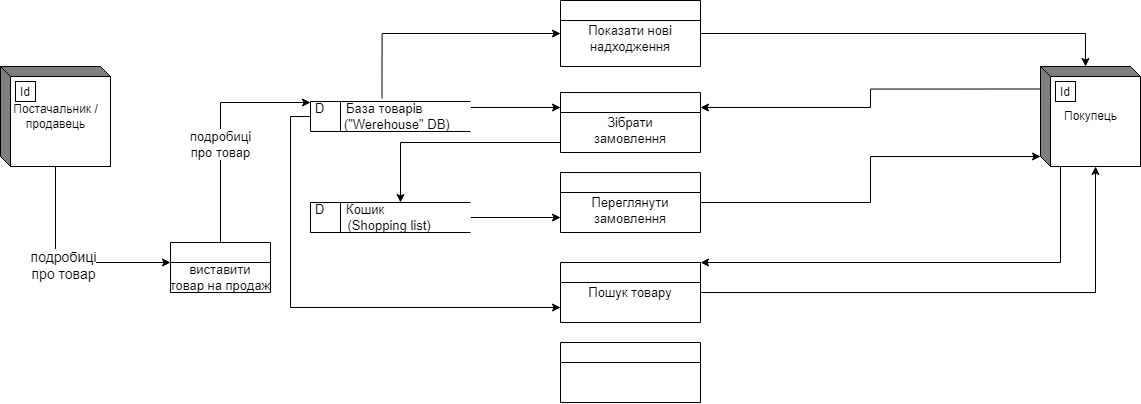
The draw.io diagram Untitled Diagram-Page-2.drawio.png in Shylo-Ivan-MIT/diagrams, before a commit. Source tidied: cells renumbered, new cells last; positions are measured from the earlier drawing's top-left corner, leaving out a move shared by most shapes. Source of this version:
```xml
<mxGraphModel>
  <root>
    <mxCell id="0" />
    <mxCell id="1" parent="0" />
    <mxCell id="2" style="edgeStyle=orthogonalEdgeStyle;rounded=0;jettySize=auto;html=1;entryX=0;entryY=0.5;entryDx=0;entryDy=0;fontSize=13;exitX=0.447;exitY=-0.1;exitDx=0;exitDy=0;exitPerimeter=0;" parent="1" edge="1" source="5" target="9">
      <mxGeometry relative="1" as="geometry">
        <Array as="points">
          <mxPoint x="382" y="33" />
        </Array>
      </mxGeometry>
    </mxCell>
    <mxCell id="3" style="edgeStyle=orthogonalEdgeStyle;rounded=0;jettySize=auto;html=1;fontSize=13;entryX=0;entryY=0.75;entryDx=0;entryDy=0;" parent="1" edge="1" source="5" target="23">
      <mxGeometry relative="1" as="geometry">
        <Array as="points">
          <mxPoint x="290" y="116" />
          <mxPoint x="290" y="307" />
        </Array>
      </mxGeometry>
    </mxCell>
    <mxCell id="4" style="edgeStyle=orthogonalEdgeStyle;rounded=0;jettySize=auto;html=1;entryX=0;entryY=0.25;entryDx=0;entryDy=0;fontSize=13;" parent="1" edge="1" target="19">
      <mxGeometry relative="1" as="geometry">
        <mxPoint x="470" y="107" as="sourcePoint" />
      </mxGeometry>
    </mxCell>
    <mxCell id="5" value="&lt;font style=&quot;font-size: 13px&quot;&gt;D&amp;nbsp; &amp;nbsp; &amp;nbsp; База товарів&lt;br&gt;&amp;nbsp; &amp;nbsp; &amp;nbsp; &amp;nbsp; (&quot;Werehouse&quot; DB)&lt;/font&gt;" style="html=1;dashed=0;whitespace=wrap;shape=mxgraph.dfd.dataStoreID;align=left;spacingLeft=3;points=[[0,0],[0.5,0],[1,0],[0,0.5],[1,0.5],[0,1],[0.5,1],[1,1]];" parent="1" vertex="1">
      <mxGeometry x="310" y="101" width="160" height="30" as="geometry" />
    </mxCell>
    <mxCell id="6" style="edgeStyle=orthogonalEdgeStyle;rounded=0;jettySize=auto;html=1;entryX=0;entryY=0.75;entryDx=0;entryDy=0;fontSize=13;" parent="1" edge="1" source="7" target="21">
      <mxGeometry relative="1" as="geometry" />
    </mxCell>
    <mxCell id="7" value="&lt;font style=&quot;font-size: 13px&quot;&gt;D&amp;nbsp; &amp;nbsp; &amp;nbsp; Кошик &lt;br&gt;&amp;nbsp; &amp;nbsp; &amp;nbsp; &amp;nbsp; &amp;nbsp;(Shopping list)&lt;/font&gt;" style="html=1;dashed=0;whitespace=wrap;shape=mxgraph.dfd.dataStoreID;align=left;spacingLeft=3;points=[[0,0],[0.5,0],[1,0],[0,0.5],[1,0.5],[0,1],[0.5,1],[1,1]];" parent="1" vertex="1">
      <mxGeometry x="310" y="202" width="160" height="30" as="geometry" />
    </mxCell>
    <mxCell id="8" style="edgeStyle=orthogonalEdgeStyle;rounded=0;jettySize=auto;html=1;entryX=0;entryY=0;entryDx=45;entryDy=0;entryPerimeter=0;fontSize=13;" parent="1" edge="1" source="9" target="16">
      <mxGeometry relative="1" as="geometry" />
    </mxCell>
    <mxCell id="9" value="&#10;Показати нові&#10;надходження" style="swimlane;fontStyle=0;horizontal=1;startSize=20;fillColor=#ffffff;swimlaneFillColor=#ffffff;verticalAlign=top;fontSize=13;" parent="1" vertex="1">
      <mxGeometry x="560" width="140" height="66" as="geometry" />
    </mxCell>
    <mxCell id="10" style="edgeStyle=orthogonalEdgeStyle;rounded=0;jettySize=auto;html=1;" parent="1" edge="1" source="12" target="27">
      <mxGeometry relative="1" as="geometry">
        <Array as="points">
          <mxPoint x="55" y="262" />
        </Array>
      </mxGeometry>
    </mxCell>
    <mxCell id="11" value="подробиці&lt;br style=&quot;font-size: 14px;&quot;&gt;про товар" style="edgeLabel;html=1;align=center;verticalAlign=middle;fontSize=14;" parent="10" vertex="1">
      <mxGeometry x="-0.03" y="-2" relative="1" as="geometry" />
    </mxCell>
    <mxCell id="12" value="Постачальник /&lt;br&gt;продавець" style="html=1;dashed=0;whitespace=wrap;shape=mxgraph.dfd.externalEntity;" parent="1" vertex="1">
      <mxGeometry y="66" width="110" height="100" as="geometry" />
    </mxCell>
    <mxCell id="13" value="Id" style="strokeColor=inherit;fillColor=inherit;gradientColor=inherit;" parent="12" vertex="1">
      <mxGeometry width="20" height="20" relative="1" as="geometry">
        <mxPoint x="15" y="15" as="offset" />
      </mxGeometry>
    </mxCell>
    <mxCell id="14" style="edgeStyle=orthogonalEdgeStyle;rounded=0;jettySize=auto;html=1;fontSize=13;" parent="1" edge="1" source="16" target="23">
      <mxGeometry relative="1" as="geometry">
        <Array as="points">
          <mxPoint x="1060" y="262" />
        </Array>
      </mxGeometry>
    </mxCell>
    <mxCell id="15" style="edgeStyle=orthogonalEdgeStyle;rounded=0;jettySize=auto;html=1;exitX=0;exitY=0;exitDx=0;exitDy=22.5;exitPerimeter=0;entryX=1;entryY=0.25;entryDx=0;entryDy=0;fontSize=13;" parent="1" edge="1" source="16" target="19">
      <mxGeometry relative="1" as="geometry" />
    </mxCell>
    <mxCell id="16" value="Покупець" style="html=1;dashed=0;whitespace=wrap;shape=mxgraph.dfd.externalEntity;" parent="1" vertex="1">
      <mxGeometry x="1040" y="66" width="100" height="100" as="geometry" />
    </mxCell>
    <mxCell id="17" value="Id" style="strokeColor=inherit;fillColor=inherit;gradientColor=inherit;" parent="16" vertex="1">
      <mxGeometry width="20" height="20" relative="1" as="geometry">
        <mxPoint x="15" y="15" as="offset" />
      </mxGeometry>
    </mxCell>
    <mxCell id="18" style="edgeStyle=orthogonalEdgeStyle;rounded=0;jettySize=auto;html=1;fontSize=13;" parent="1" edge="1" source="19">
      <mxGeometry relative="1" as="geometry">
        <mxPoint x="400" y="202" as="targetPoint" />
        <Array as="points">
          <mxPoint x="400" y="142" />
        </Array>
      </mxGeometry>
    </mxCell>
    <mxCell id="19" value="&#10;Зібрати &#10;замовлення" style="swimlane;fontStyle=0;horizontal=1;startSize=20;fillColor=#ffffff;swimlaneFillColor=#ffffff;verticalAlign=top;labelPosition=center;verticalLabelPosition=middle;align=center;fontSize=13;" parent="1" vertex="1">
      <mxGeometry x="560" y="92" width="140" height="60" as="geometry" />
    </mxCell>
    <mxCell id="20" style="edgeStyle=orthogonalEdgeStyle;rounded=0;jettySize=auto;html=1;entryX=0;entryY=0;entryDx=0;entryDy=90;entryPerimeter=0;fontSize=13;" parent="1" edge="1" source="21" target="16">
      <mxGeometry relative="1" as="geometry" />
    </mxCell>
    <mxCell id="21" value="&#10;Переглянути&#10;замовлення" style="swimlane;fontStyle=0;horizontal=1;startSize=20;fillColor=#ffffff;swimlaneFillColor=#ffffff;verticalAlign=top;fontSize=13;" parent="1" vertex="1">
      <mxGeometry x="560" y="172" width="140" height="60" as="geometry" />
    </mxCell>
    <mxCell id="22" style="edgeStyle=orthogonalEdgeStyle;rounded=0;jettySize=auto;html=1;entryX=0;entryY=0;entryDx=55;entryDy=100;entryPerimeter=0;fontSize=13;" parent="1" edge="1" source="23" target="16">
      <mxGeometry relative="1" as="geometry" />
    </mxCell>
    <mxCell id="23" value="&#10;Пошук товару" style="swimlane;fontStyle=0;horizontal=1;startSize=20;fillColor=#ffffff;swimlaneFillColor=#ffffff;verticalAlign=top;fontSize=13;" parent="1" vertex="1">
      <mxGeometry x="560" y="262" width="140" height="60" as="geometry" />
    </mxCell>
    <mxCell id="24" style="swimlane;fontStyle=0;horizontal=1;startSize=20;fillColor=#ffffff;swimlaneFillColor=#ffffff;" parent="1" vertex="1">
      <mxGeometry x="560" y="342" width="140" height="60" as="geometry" />
    </mxCell>
    <mxCell id="25" style="edgeStyle=orthogonalEdgeStyle;rounded=0;jettySize=auto;html=1;fontSize=13;" parent="1" edge="1" source="27">
      <mxGeometry relative="1" as="geometry">
        <mxPoint x="310" y="102" as="targetPoint" />
        <Array as="points">
          <mxPoint x="220" y="102" />
          <mxPoint x="310" y="102" />
        </Array>
      </mxGeometry>
    </mxCell>
    <mxCell id="26" value="подробиці&lt;br&gt;про товар" style="edgeLabel;html=1;align=center;verticalAlign=middle;fontSize=13;" parent="25" vertex="1">
      <mxGeometry x="-0.14" y="1" relative="1" as="geometry" />
    </mxCell>
    <mxCell id="27" value="&#10;&#10;&#10;виставити &#10;товар на продаж" style="swimlane;fontStyle=0;horizontal=1;startSize=20;fillColor=#ffffff;swimlaneFillColor=#ffffff;fontSize=13;" parent="1" vertex="1">
      <mxGeometry x="170" y="242" width="100" height="50" as="geometry" />
    </mxCell>
  </root>
</mxGraphModel>
```
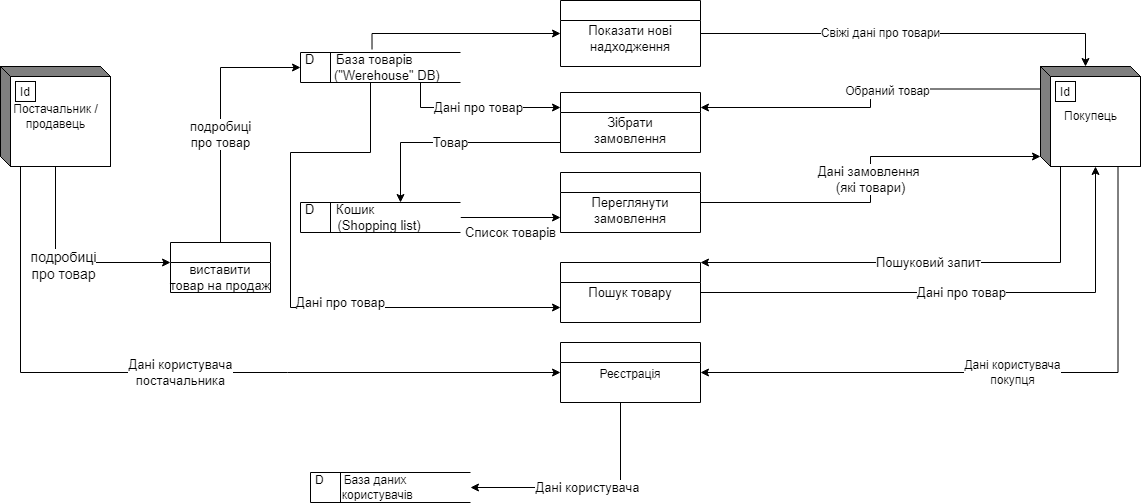
The same diagram one commit later.

Change to the diagram source:
```diff
@@ -5,35 +5,37 @@
     <mxCell id="2" style="edgeStyle=orthogonalEdgeStyle;rounded=0;jettySize=auto;html=1;entryX=0;entryY=0.5;entryDx=0;entryDy=0;fontSize=13;exitX=0.447;exitY=-0.1;exitDx=0;exitDy=0;exitPerimeter=0;" parent="1" edge="1" source="5" target="9">
       <mxGeometry relative="1" as="geometry">
         <Array as="points">
-          <mxPoint x="382" y="33" />
+          <mxPoint x="372" y="33" />
         </Array>
       </mxGeometry>
     </mxCell>
-    <mxCell id="3" style="edgeStyle=orthogonalEdgeStyle;rounded=0;jettySize=auto;html=1;fontSize=13;entryX=0;entryY=0.75;entryDx=0;entryDy=0;" parent="1" edge="1" source="5" target="23">
-      <mxGeometry relative="1" as="geometry">
+    <mxCell id="3" value="Дані про товар" style="edgeStyle=orthogonalEdgeStyle;rounded=0;jettySize=auto;html=1;fontSize=13;entryX=0;entryY=0.75;entryDx=0;entryDy=0;" parent="1" edge="1" source="5" target="23">
+      <mxGeometry x="0.23" y="5" relative="1" as="geometry">
         <Array as="points">
-          <mxPoint x="290" y="116" />
+          <mxPoint x="370" y="152" />
+          <mxPoint x="290" y="152" />
           <mxPoint x="290" y="307" />
         </Array>
       </mxGeometry>
     </mxCell>
-    <mxCell id="4" style="edgeStyle=orthogonalEdgeStyle;rounded=0;jettySize=auto;html=1;entryX=0;entryY=0.25;entryDx=0;entryDy=0;fontSize=13;" parent="1" edge="1" target="19">
-      <mxGeometry relative="1" as="geometry">
-        <mxPoint x="470" y="107" as="sourcePoint" />
-      </mxGeometry>
+    <mxCell id="4" value="Дані про товар" style="edgeStyle=orthogonalEdgeStyle;rounded=0;jettySize=auto;html=1;entryX=0;entryY=0.25;entryDx=0;entryDy=0;fontSize=13;exitX=0.75;exitY=1;exitDx=0;exitDy=0;exitPerimeter=0;" parent="1" edge="1" source="5" target="19">
+      <mxGeometry relative="1" as="geometry" />
     </mxCell>
     <mxCell id="5" value="&lt;font style=&quot;font-size: 13px&quot;&gt;D&amp;nbsp; &amp;nbsp; &amp;nbsp; База товарів&lt;br&gt;&amp;nbsp; &amp;nbsp; &amp;nbsp; &amp;nbsp; (&quot;Werehouse&quot; DB)&lt;/font&gt;" style="html=1;dashed=0;whitespace=wrap;shape=mxgraph.dfd.dataStoreID;align=left;spacingLeft=3;points=[[0,0],[0.5,0],[1,0],[0,0.5],[1,0.5],[0,1],[0.5,1],[1,1]];" parent="1" vertex="1">
-      <mxGeometry x="310" y="101" width="160" height="30" as="geometry" />
+      <mxGeometry x="300" y="52" width="160" height="30" as="geometry" />
     </mxCell>
-    <mxCell id="6" style="edgeStyle=orthogonalEdgeStyle;rounded=0;jettySize=auto;html=1;entryX=0;entryY=0.75;entryDx=0;entryDy=0;fontSize=13;" parent="1" edge="1" source="7" target="21">
-      <mxGeometry relative="1" as="geometry" />
+    <mxCell id="6" value="Список товарів" style="edgeStyle=orthogonalEdgeStyle;rounded=0;jettySize=auto;html=1;entryX=0;entryY=0.75;entryDx=0;entryDy=0;fontSize=13;" parent="1" edge="1" source="7" target="21">
+      <mxGeometry y="-15" relative="1" as="geometry" />
     </mxCell>
     <mxCell id="7" value="&lt;font style=&quot;font-size: 13px&quot;&gt;D&amp;nbsp; &amp;nbsp; &amp;nbsp; Кошик &lt;br&gt;&amp;nbsp; &amp;nbsp; &amp;nbsp; &amp;nbsp; &amp;nbsp;(Shopping list)&lt;/font&gt;" style="html=1;dashed=0;whitespace=wrap;shape=mxgraph.dfd.dataStoreID;align=left;spacingLeft=3;points=[[0,0],[0.5,0],[1,0],[0,0.5],[1,0.5],[0,1],[0.5,1],[1,1]];" parent="1" vertex="1">
-      <mxGeometry x="310" y="202" width="160" height="30" as="geometry" />
+      <mxGeometry x="300" y="202" width="160" height="30" as="geometry" />
     </mxCell>
     <mxCell id="8" style="edgeStyle=orthogonalEdgeStyle;rounded=0;jettySize=auto;html=1;entryX=0;entryY=0;entryDx=45;entryDy=0;entryPerimeter=0;fontSize=13;" parent="1" edge="1" source="9" target="16">
       <mxGeometry relative="1" as="geometry" />
     </mxCell>
+    <mxCell id="28" value="Свіжі дані про товари" style="edgeLabel;html=1;align=center;verticalAlign=middle;fontSize=12;" parent="8" vertex="1">
+      <mxGeometry x="-0.14" y="1" relative="1" as="geometry" />
+    </mxCell>
     <mxCell id="9" value="&#10;Показати нові&#10;надходження" style="swimlane;fontStyle=0;horizontal=1;startSize=20;fillColor=#ffffff;swimlaneFillColor=#ffffff;verticalAlign=top;fontSize=13;" parent="1" vertex="1">
       <mxGeometry x="560" width="140" height="66" as="geometry" />
     </mxCell>
@@ -47,6 +49,14 @@
     <mxCell id="11" value="подробиці&lt;br style=&quot;font-size: 14px;&quot;&gt;про товар" style="edgeLabel;html=1;align=center;verticalAlign=middle;fontSize=14;" parent="10" vertex="1">
       <mxGeometry x="-0.03" y="-2" relative="1" as="geometry" />
     </mxCell>
+    <mxCell id="29" value="&lt;font style=&quot;font-size: 13px&quot;&gt;Дані користувача&lt;br&gt;постачальника&lt;br&gt;&lt;/font&gt;" style="edgeStyle=orthogonalEdgeStyle;rounded=0;jettySize=auto;html=1;exitX=0;exitY=0;exitDx=35;exitDy=100;exitPerimeter=0;entryX=0;entryY=0.5;entryDx=0;entryDy=0;" parent="1" edge="1" source="12" target="24">
+      <mxGeometry relative="1" as="geometry">
+        <Array as="points">
+          <mxPoint x="20" y="166" />
+          <mxPoint x="20" y="372" />
+        </Array>
+      </mxGeometry>
+    </mxCell>
     <mxCell id="12" value="Постачальник /&lt;br&gt;продавець" style="html=1;dashed=0;whitespace=wrap;shape=mxgraph.dfd.externalEntity;" parent="1" vertex="1">
       <mxGeometry y="66" width="110" height="100" as="geometry" />
     </mxCell>
@@ -55,7 +65,7 @@
         <mxPoint x="15" y="15" as="offset" />
       </mxGeometry>
     </mxCell>
-    <mxCell id="14" style="edgeStyle=orthogonalEdgeStyle;rounded=0;jettySize=auto;html=1;fontSize=13;" parent="1" edge="1" source="16" target="23">
+    <mxCell id="14" value="Пошуковий запит" style="edgeStyle=orthogonalEdgeStyle;rounded=0;jettySize=auto;html=1;fontSize=13;" parent="1" edge="1" source="16" target="23">
       <mxGeometry relative="1" as="geometry">
         <Array as="points">
           <mxPoint x="1060" y="262" />
@@ -65,6 +75,12 @@
     <mxCell id="15" style="edgeStyle=orthogonalEdgeStyle;rounded=0;jettySize=auto;html=1;exitX=0;exitY=0;exitDx=0;exitDy=22.5;exitPerimeter=0;entryX=1;entryY=0.25;entryDx=0;entryDy=0;fontSize=13;" parent="1" edge="1" source="16" target="19">
       <mxGeometry relative="1" as="geometry" />
     </mxCell>
+    <mxCell id="30" value="Обраний товар" style="edgeLabel;html=1;align=center;verticalAlign=middle;fontSize=12;" parent="15" vertex="1">
+      <mxGeometry x="-0.14" y="2" relative="1" as="geometry" />
+    </mxCell>
+    <mxCell id="31" value="&lt;font style=&quot;font-size: 12px&quot;&gt;Дані користувача&lt;br&gt;покупця&lt;/font&gt;" style="edgeStyle=orthogonalEdgeStyle;rounded=0;jettySize=auto;html=1;exitX=0;exitY=0;exitDx=77.5;exitDy=100;exitPerimeter=0;entryX=1;entryY=0.5;entryDx=0;entryDy=0;" parent="1" edge="1" source="16" target="24">
+      <mxGeometry relative="1" as="geometry" />
+    </mxCell>
     <mxCell id="16" value="Покупець" style="html=1;dashed=0;whitespace=wrap;shape=mxgraph.dfd.externalEntity;" parent="1" vertex="1">
       <mxGeometry x="1040" y="66" width="100" height="100" as="geometry" />
     </mxCell>
@@ -73,7 +89,7 @@
         <mxPoint x="15" y="15" as="offset" />
       </mxGeometry>
     </mxCell>
-    <mxCell id="18" style="edgeStyle=orthogonalEdgeStyle;rounded=0;jettySize=auto;html=1;fontSize=13;" parent="1" edge="1" source="19">
+    <mxCell id="18" value="Товар" style="edgeStyle=orthogonalEdgeStyle;rounded=0;jettySize=auto;html=1;fontSize=13;" parent="1" edge="1" source="19">
       <mxGeometry relative="1" as="geometry">
         <mxPoint x="400" y="202" as="targetPoint" />
         <Array as="points">
@@ -84,27 +100,32 @@
     <mxCell id="19" value="&#10;Зібрати &#10;замовлення" style="swimlane;fontStyle=0;horizontal=1;startSize=20;fillColor=#ffffff;swimlaneFillColor=#ffffff;verticalAlign=top;labelPosition=center;verticalLabelPosition=middle;align=center;fontSize=13;" parent="1" vertex="1">
       <mxGeometry x="560" y="92" width="140" height="60" as="geometry" />
     </mxCell>
-    <mxCell id="20" style="edgeStyle=orthogonalEdgeStyle;rounded=0;jettySize=auto;html=1;entryX=0;entryY=0;entryDx=0;entryDy=90;entryPerimeter=0;fontSize=13;" parent="1" edge="1" source="21" target="16">
+    <mxCell id="20" value="Дані замовлення &lt;br&gt;(які товари)" style="edgeStyle=orthogonalEdgeStyle;rounded=0;jettySize=auto;html=1;entryX=0;entryY=0;entryDx=0;entryDy=90;entryPerimeter=0;fontSize=13;" parent="1" edge="1" source="21" target="16">
       <mxGeometry relative="1" as="geometry" />
     </mxCell>
     <mxCell id="21" value="&#10;Переглянути&#10;замовлення" style="swimlane;fontStyle=0;horizontal=1;startSize=20;fillColor=#ffffff;swimlaneFillColor=#ffffff;verticalAlign=top;fontSize=13;" parent="1" vertex="1">
       <mxGeometry x="560" y="172" width="140" height="60" as="geometry" />
     </mxCell>
-    <mxCell id="22" style="edgeStyle=orthogonalEdgeStyle;rounded=0;jettySize=auto;html=1;entryX=0;entryY=0;entryDx=55;entryDy=100;entryPerimeter=0;fontSize=13;" parent="1" edge="1" source="23" target="16">
+    <mxCell id="22" value="Дані про товар" style="edgeStyle=orthogonalEdgeStyle;rounded=0;jettySize=auto;html=1;entryX=0;entryY=0;entryDx=55;entryDy=100;entryPerimeter=0;fontSize=13;" parent="1" edge="1" source="23" target="16">
       <mxGeometry relative="1" as="geometry" />
     </mxCell>
     <mxCell id="23" value="&#10;Пошук товару" style="swimlane;fontStyle=0;horizontal=1;startSize=20;fillColor=#ffffff;swimlaneFillColor=#ffffff;verticalAlign=top;fontSize=13;" parent="1" vertex="1">
       <mxGeometry x="560" y="262" width="140" height="60" as="geometry" />
     </mxCell>
+    <mxCell id="32" value="&lt;font style=&quot;font-size: 13px&quot;&gt;Дані користувача&lt;/font&gt;" style="edgeStyle=orthogonalEdgeStyle;rounded=0;jettySize=auto;html=1;entryX=1;entryY=0.5;entryDx=0;entryDy=0;" parent="1" edge="1" source="24" target="33">
+      <mxGeometry relative="1" as="geometry">
+        <Array as="points">
+          <mxPoint x="620" y="487" />
+        </Array>
+      </mxGeometry>
+    </mxCell>
-    <mxCell id="24" style="swimlane;fontStyle=0;horizontal=1;startSize=20;fillColor=#ffffff;swimlaneFillColor=#ffffff;" parent="1" vertex="1">
+    <mxCell id="24" value="&#10;&#10;&#10;Реєстрація" style="swimlane;fontStyle=0;horizontal=1;startSize=20;fillColor=#ffffff;swimlaneFillColor=#ffffff;" parent="1" vertex="1">
       <mxGeometry x="560" y="342" width="140" height="60" as="geometry" />
     </mxCell>
-    <mxCell id="25" style="edgeStyle=orthogonalEdgeStyle;rounded=0;jettySize=auto;html=1;fontSize=13;" parent="1" edge="1" source="27">
+    <mxCell id="25" style="edgeStyle=orthogonalEdgeStyle;rounded=0;jettySize=auto;html=1;fontSize=13;entryX=0;entryY=0.5;entryDx=0;entryDy=0;" parent="1" edge="1" source="27" target="5">
       <mxGeometry relative="1" as="geometry">
-        <mxPoint x="310" y="102" as="targetPoint" />
         <Array as="points">
-          <mxPoint x="220" y="102" />
-          <mxPoint x="310" y="102" />
+          <mxPoint x="220" y="67" />
         </Array>
       </mxGeometry>
     </mxCell>
@@ -114,5 +135,8 @@
     <mxCell id="27" value="&#10;&#10;&#10;виставити &#10;товар на продаж" style="swimlane;fontStyle=0;horizontal=1;startSize=20;fillColor=#ffffff;swimlaneFillColor=#ffffff;fontSize=13;" parent="1" vertex="1">
       <mxGeometry x="170" y="242" width="100" height="50" as="geometry" />
     </mxCell>
+    <mxCell id="33" value="D&amp;nbsp; &amp;nbsp; &amp;nbsp; База даних &lt;br&gt;&lt;span style=&quot;white-space: pre&quot;&gt;&#9;&lt;/span&gt;користувачів" style="html=1;dashed=0;whitespace=wrap;shape=mxgraph.dfd.dataStoreID;align=left;spacingLeft=3;points=[[0,0],[0.5,0],[1,0],[0,0.5],[1,0.5],[0,1],[0.5,1],[1,1]];" parent="1" vertex="1">
+      <mxGeometry x="310" y="472" width="160" height="30" as="geometry" />
+    </mxCell>
   </root>
 </mxGraphModel>
```
